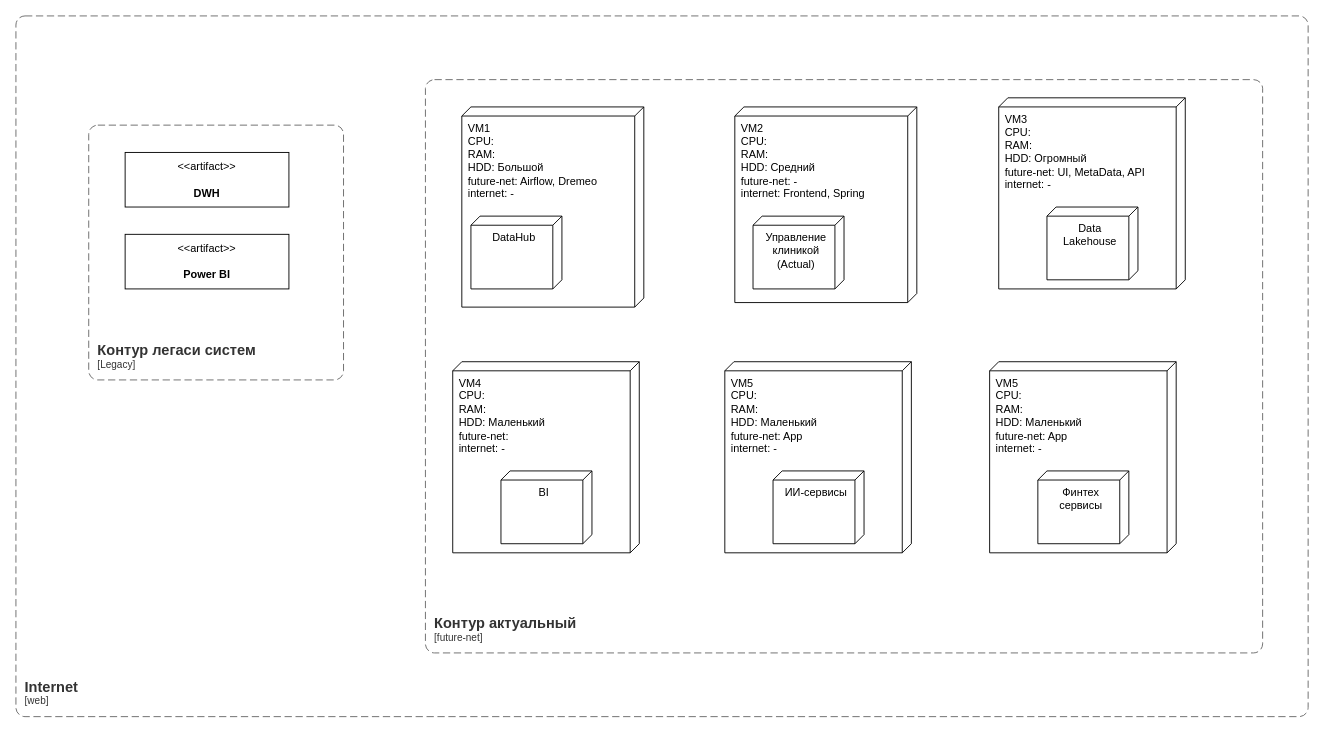
Before: task4/terraform-cloud.drawio in bezdelnique/architecture-future_2_0, a draw.io diagram. Source tidied: cells renumbered, new cells numbered last; positions are measured from the earlier drawing's top-left corner, leaving out a move shared by most shapes. Both pictures are drawn from the tidied source at 91%, with x=0, y=0 at pixel (15, 15).
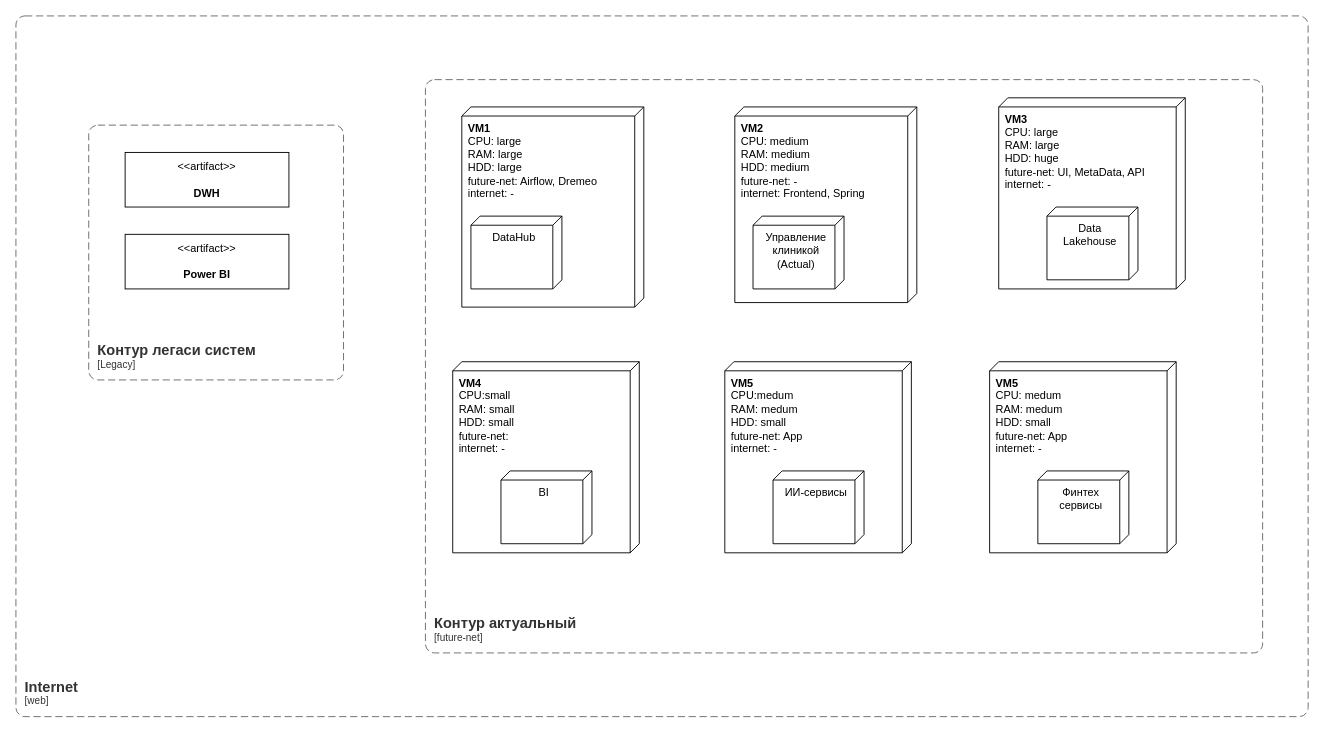
The same page after the edit.

Change to the diagram source:
```diff
@@
-    <mxCell id="2" value="VM1&lt;br&gt;CPU:&amp;nbsp;&lt;br&gt;RAM:&lt;br&gt;HDD: Большой&lt;br&gt;future-net: Airflow, Dremeo&lt;br&gt;internet: -" style="verticalAlign=top;align=left;shape=cube;size=10;direction=south;fontStyle=0;html=1;boundedLbl=1;spacingLeft=5;whiteSpace=wrap;" parent="1" vertex="1">
+    <mxCell id="2" value="&lt;b&gt;VM1&lt;/b&gt;&lt;br&gt;CPU: large&lt;br&gt;RAM: large&lt;br&gt;HDD: large&lt;br&gt;future-net: Airflow, Dremeo&lt;br&gt;internet: -" style="verticalAlign=top;align=left;shape=cube;size=10;direction=south;fontStyle=0;html=1;boundedLbl=1;spacingLeft=5;whiteSpace=wrap;" parent="1" vertex="1">
       <mxGeometry x="490" y="100" width="200" height="220" as="geometry" />
     </mxCell>
@@
-    <mxCell id="4" value="VM2&lt;br&gt;CPU:&amp;nbsp;&lt;br&gt;RAM:&lt;br&gt;HDD: Средний&lt;br&gt;future-net: -&lt;br&gt;internet: Frontend, Spring" style="verticalAlign=top;align=left;shape=cube;size=10;direction=south;fontStyle=0;html=1;boundedLbl=1;spacingLeft=5;whiteSpace=wrap;" parent="1" vertex="1">
+    <mxCell id="4" value="&lt;b&gt;VM2&lt;/b&gt;&lt;br&gt;CPU: medium&lt;br&gt;RAM: medium&lt;br&gt;HDD: medium&lt;br&gt;future-net: -&lt;br&gt;internet: Frontend, Spring" style="verticalAlign=top;align=left;shape=cube;size=10;direction=south;fontStyle=0;html=1;boundedLbl=1;spacingLeft=5;whiteSpace=wrap;" parent="1" vertex="1">
       <mxGeometry x="790" y="100" width="200" height="215" as="geometry" />
     </mxCell>
@@
-    <mxCell id="6" value="VM3&lt;br&gt;CPU:&amp;nbsp;&lt;br&gt;RAM:&lt;br&gt;HDD: Огромный&lt;br&gt;future-net: UI, MetaData, API&lt;br&gt;internet: -" style="verticalAlign=top;align=left;shape=cube;size=10;direction=south;fontStyle=0;html=1;boundedLbl=1;spacingLeft=5;whiteSpace=wrap;" parent="1" vertex="1">
+    <mxCell id="6" value="&lt;b&gt;VM3&lt;/b&gt;&lt;br&gt;CPU: large&lt;br&gt;RAM: large&lt;br&gt;HDD: huge&lt;br&gt;future-net: UI, MetaData, API&lt;br&gt;internet: -" style="verticalAlign=top;align=left;shape=cube;size=10;direction=south;fontStyle=0;html=1;boundedLbl=1;spacingLeft=5;whiteSpace=wrap;" parent="1" vertex="1">
       <mxGeometry x="1080" y="90" width="205" height="210" as="geometry" />
     </mxCell>
@@
-    <mxCell id="13" value="VM4&lt;br&gt;CPU:&amp;nbsp;&lt;br&gt;RAM:&lt;br&gt;HDD: Маленький&lt;br&gt;future-net:&amp;nbsp;&lt;br&gt;internet: -" style="verticalAlign=top;align=left;shape=cube;size=10;direction=south;fontStyle=0;html=1;boundedLbl=1;spacingLeft=5;whiteSpace=wrap;" parent="1" vertex="1">
+    <mxCell id="13" value="&lt;b&gt;VM4&lt;/b&gt;&lt;br&gt;CPU:small&lt;br&gt;RAM: small&lt;br&gt;HDD: small&lt;br&gt;future-net:&amp;nbsp;&lt;br&gt;internet: -" style="verticalAlign=top;align=left;shape=cube;size=10;direction=south;fontStyle=0;html=1;boundedLbl=1;spacingLeft=5;whiteSpace=wrap;" parent="1" vertex="1">
       <mxGeometry x="480" y="380" width="205" height="210" as="geometry" />
     </mxCell>
@@
-    <mxCell id="15" value="VM5&lt;br&gt;CPU:&amp;nbsp;&lt;br&gt;RAM:&lt;br&gt;HDD: Маленький&lt;br&gt;future-net: App&lt;br&gt;internet: -" style="verticalAlign=top;align=left;shape=cube;size=10;direction=south;fontStyle=0;html=1;boundedLbl=1;spacingLeft=5;whiteSpace=wrap;" parent="1" vertex="1">
+    <mxCell id="15" value="&lt;b&gt;VM5&lt;/b&gt;&lt;br&gt;CPU:medum&lt;br&gt;RAM: medum&lt;br&gt;HDD: small&lt;br&gt;future-net: App&lt;br&gt;internet: -" style="verticalAlign=top;align=left;shape=cube;size=10;direction=south;fontStyle=0;html=1;boundedLbl=1;spacingLeft=5;whiteSpace=wrap;" parent="1" vertex="1">
       <mxGeometry x="779" y="380" width="205" height="210" as="geometry" />
     </mxCell>
@@
-    <mxCell id="17" value="VM5&lt;br&gt;CPU:&amp;nbsp;&lt;br&gt;RAM:&lt;br&gt;HDD: Маленький&lt;br&gt;future-net: App&lt;br&gt;internet: -" style="verticalAlign=top;align=left;shape=cube;size=10;direction=south;fontStyle=0;html=1;boundedLbl=1;spacingLeft=5;whiteSpace=wrap;" parent="1" vertex="1">
+    <mxCell id="17" value="&lt;b&gt;VM5&lt;/b&gt;&lt;br&gt;CPU: medum&lt;br&gt;RAM: medum&lt;br&gt;HDD: small&lt;br&gt;future-net: App&lt;br&gt;internet: -" style="verticalAlign=top;align=left;shape=cube;size=10;direction=south;fontStyle=0;html=1;boundedLbl=1;spacingLeft=5;whiteSpace=wrap;" parent="1" vertex="1">
       <mxGeometry x="1070" y="380" width="205" height="210" as="geometry" />
     </mxCell>
```
